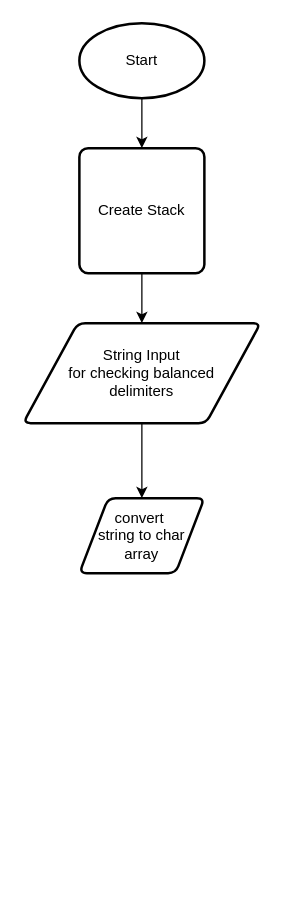
Earlier version of the draw.io diagram cisc181/week6/FLowchart_Stack.drawio (AadarshDevi/CISC187). Source tidied: cells renumbered, new cells numbered last; positions are measured from the earlier drawing's top-left corner, leaving out a move shared by most shapes. Both pictures are drawn from the tidied source at 125%, with x=0, y=0 at pixel (22, 22).
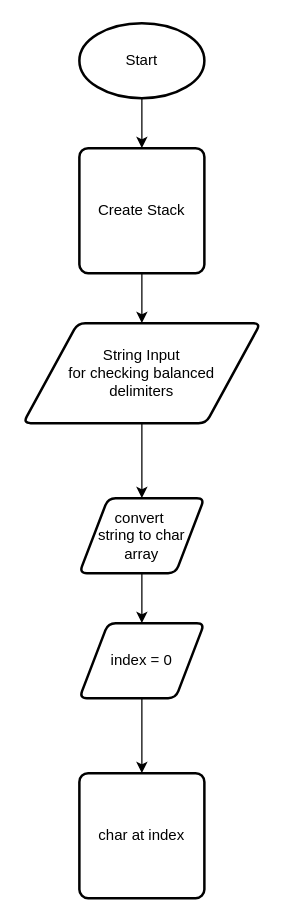
The same page after the edit.

Commit message:
started a for loop, no decisions added yet

The edit, as a diff of the source:
```diff
@@
 <mxGraphModel>
   <root>
     <mxCell id="0" />
     <mxCell id="1" parent="0" />
     <mxCell id="2" style="edgeStyle=orthogonalEdgeStyle;rounded=0;jettySize=auto;html=1;exitX=0.5;exitY=1;exitDx=0;exitDy=0;exitPerimeter=0;entryX=0.5;entryY=0;entryDx=0;entryDy=0;" parent="1" edge="1" source="3" target="5">
       <mxGeometry relative="1" as="geometry" />
     </mxCell>
     <mxCell id="3" value="Start" style="strokeWidth=2;html=1;shape=mxgraph.flowchart.start_1;whiteSpace=wrap;" parent="1" vertex="1">
       <mxGeometry x="45" width="100" height="60" as="geometry" />
     </mxCell>
     <mxCell id="4" style="edgeStyle=orthogonalEdgeStyle;rounded=0;jettySize=auto;html=1;exitX=0.5;exitY=1;exitDx=0;exitDy=0;entryX=0.5;entryY=0;entryDx=0;entryDy=0;" parent="1" edge="1" source="5" target="7">
       <mxGeometry relative="1" as="geometry" />
     </mxCell>
     <mxCell id="5" value="Create Stack" style="rounded=1;whiteSpace=wrap;html=1;absoluteArcSize=1;arcSize=14;strokeWidth=2;" parent="1" vertex="1">
       <mxGeometry x="45" y="100" width="100" height="100" as="geometry" />
     </mxCell>
     <mxCell id="6" style="edgeStyle=orthogonalEdgeStyle;rounded=0;jettySize=auto;html=1;exitX=0.5;exitY=1;exitDx=0;exitDy=0;entryX=0.5;entryY=0;entryDx=0;entryDy=0;" parent="1" edge="1" source="7" target="8">
       <mxGeometry relative="1" as="geometry" />
     </mxCell>
     <mxCell id="7" value="String Input&lt;div&gt;for checking&amp;nbsp;&lt;span style=&quot;background-color: transparent; color: light-dark(rgb(0, 0, 0), rgb(255, 255, 255));&quot;&gt;balanced&lt;/span&gt;&lt;/div&gt;&lt;div&gt;&lt;span style=&quot;background-color: transparent; color: light-dark(rgb(0, 0, 0), rgb(255, 255, 255));&quot;&gt;delimiters&lt;/span&gt;&lt;/div&gt;" style="shape=parallelogram;html=1;strokeWidth=2;perimeter=parallelogramPerimeter;whiteSpace=wrap;rounded=1;arcSize=12;size=0.23;" parent="1" vertex="1">
       <mxGeometry y="240" width="190" height="80" as="geometry" />
     </mxCell>
+    <mxCell id="9" style="edgeStyle=orthogonalEdgeStyle;rounded=0;jettySize=auto;html=1;exitX=0.5;exitY=1;exitDx=0;exitDy=0;entryX=0.5;entryY=0;entryDx=0;entryDy=0;" parent="1" edge="1" source="8" target="12">
+      <mxGeometry relative="1" as="geometry" />
+    </mxCell>
     <mxCell id="8" value="convert&amp;nbsp;&lt;div&gt;string to char array&lt;/div&gt;" style="shape=parallelogram;html=1;strokeWidth=2;perimeter=parallelogramPerimeter;whiteSpace=wrap;rounded=1;arcSize=12;size=0.23;" parent="1" vertex="1">
       <mxGeometry x="45" y="380" width="100" height="60" as="geometry" />
     </mxCell>
+    <mxCell id="10" value="char at index" style="rounded=1;whiteSpace=wrap;html=1;absoluteArcSize=1;arcSize=14;strokeWidth=2;" parent="1" vertex="1">
+      <mxGeometry x="45" y="600" width="100" height="100" as="geometry" />
+    </mxCell>
+    <mxCell id="11" style="edgeStyle=orthogonalEdgeStyle;rounded=0;jettySize=auto;html=1;exitX=0.5;exitY=1;exitDx=0;exitDy=0;entryX=0.5;entryY=0;entryDx=0;entryDy=0;" parent="1" edge="1" source="12" target="10">
+      <mxGeometry relative="1" as="geometry" />
+    </mxCell>
+    <mxCell id="12" value="index = 0" style="shape=parallelogram;html=1;strokeWidth=2;perimeter=parallelogramPerimeter;whiteSpace=wrap;rounded=1;arcSize=12;size=0.23;" parent="1" vertex="1">
+      <mxGeometry x="45" y="480" width="100" height="60" as="geometry" />
+    </mxCell>
   </root>
 </mxGraphModel>
```
